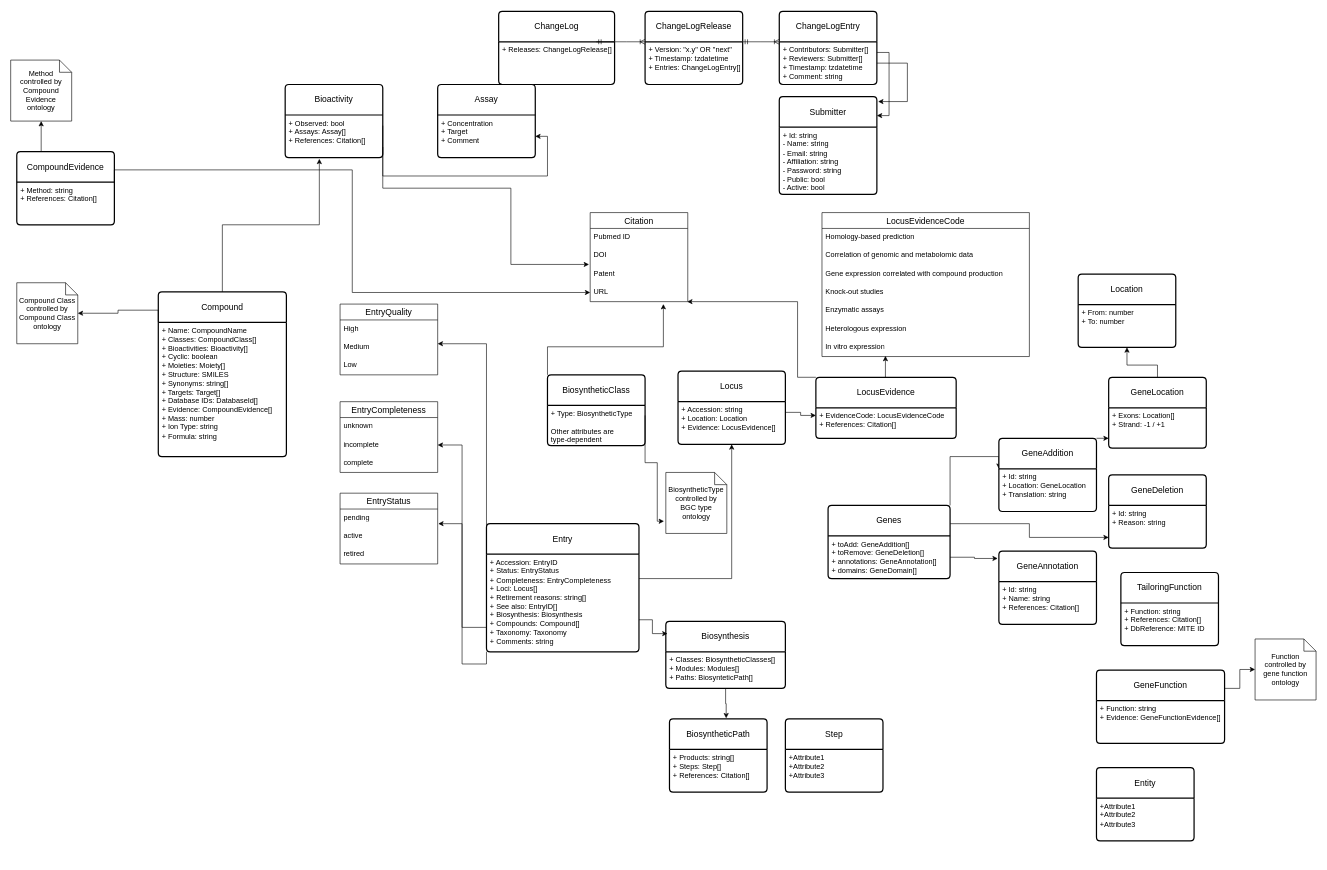
Before: mibig.drawio in mibig-secmet/schema, a draw.io diagram. Source tidied: cells renumbered, new cells numbered last; positions are measured from the earlier drawing's top-left corner, leaving out a move shared by most shapes. Both pictures are drawn from the tidied source at 61%, with x=0, y=0 at pixel (10, 11).
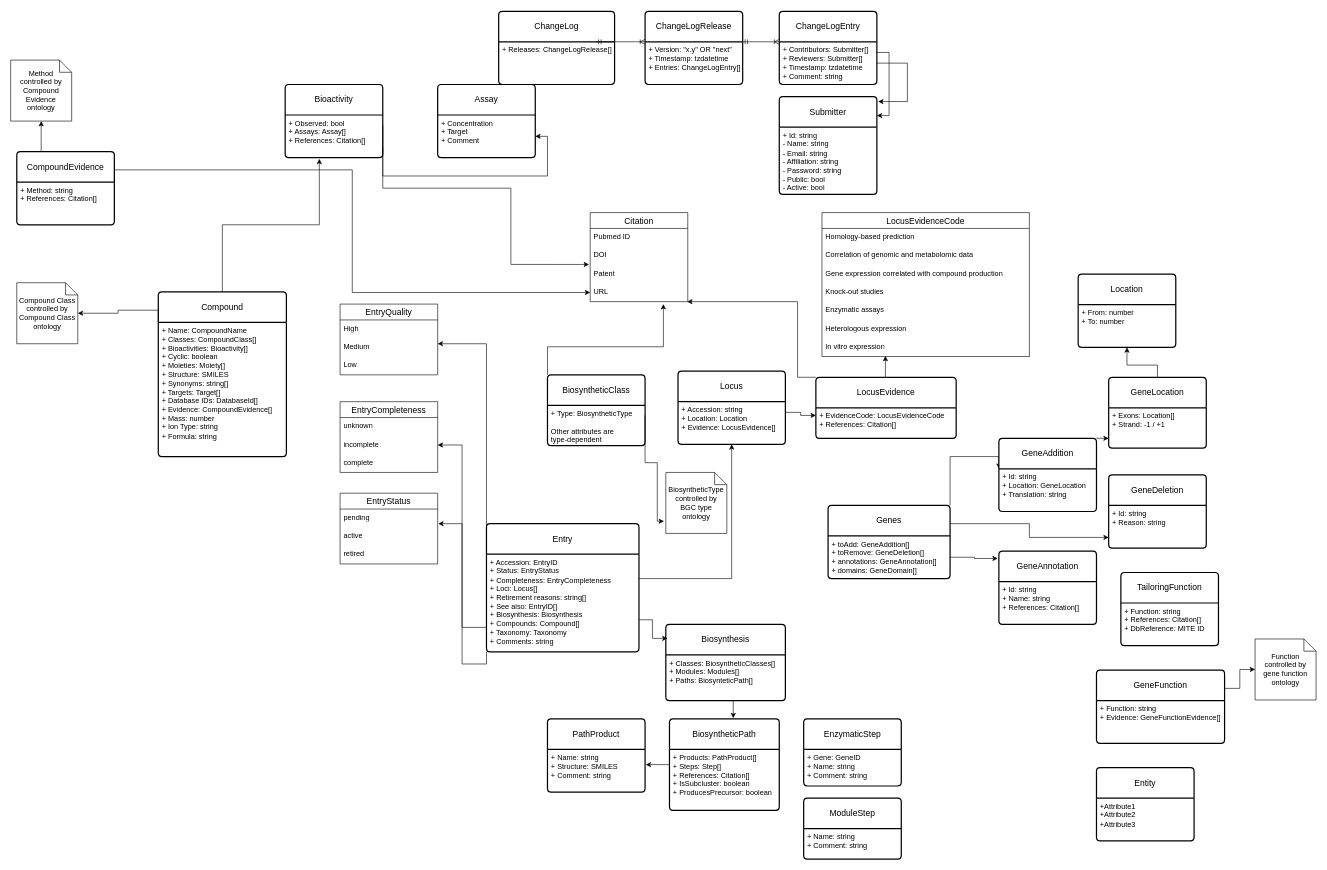
After the change.

Change to the diagram source:
```diff
@@
     <mxCell id="98" value="Biosynthesis" style="swimlane;horizontal=1;startSize=50;rounded=1;fontSize=14;fontStyle=0;strokeWidth=2;shadow=0;dashed=0;align=center;arcSize=4;whiteSpace=wrap;html=1;" parent="1" vertex="1">
-      <mxGeometry x="1074" y="1000" width="196" height="110" as="geometry" />
+      <mxGeometry x="1074" y="1005" width="196" height="125" as="geometry" />
     </mxCell>
     <mxCell id="99" value="+ Classes: BiosyntheticClasses[]&lt;br&gt;+ Modules: Modules[]&lt;br&gt;+ Paths: BiosynteticPath[]" style="align=left;strokeColor=none;fillColor=none;spacingLeft=4;fontSize=12;verticalAlign=top;html=1;" parent="98" vertex="1">
-      <mxGeometry y="50" width="196" height="60" as="geometry" />
+      <mxGeometry y="50" width="196" height="75" as="geometry" />
     </mxCell>
@@
     <mxCell id="101" value="BiosyntheticPath" style="swimlane;horizontal=1;startSize=50;rounded=1;fontSize=14;fontStyle=0;strokeWidth=2;shadow=0;dashed=0;align=center;arcSize=4;whiteSpace=wrap;html=1;" parent="1" vertex="1">
-      <mxGeometry x="1080" y="1160" width="160" height="120" as="geometry" />
+      <mxGeometry x="1080" y="1160" width="180" height="150" as="geometry" />
     </mxCell>
-    <mxCell id="102" value="+ Products: string[]&lt;br&gt;+ Steps: Step[]&lt;br&gt;+ References: Citation[]" style="align=left;strokeColor=none;fillColor=none;spacingLeft=4;fontSize=12;verticalAlign=top;html=1;" parent="101" vertex="1">
-      <mxGeometry y="50" width="160" height="70" as="geometry" />
+    <mxCell id="102" value="+ Products: PathProduct[]&lt;br&gt;+ Steps: Step[]&lt;br&gt;+ References: Citation[]&lt;br&gt;+ IsSubcluster: boolean&lt;br&gt;+ ProducesPrecursor: boolean" style="align=left;strokeColor=none;fillColor=none;spacingLeft=4;fontSize=12;verticalAlign=top;html=1;" parent="101" vertex="1">
+      <mxGeometry y="50" width="180" height="100" as="geometry" />
     </mxCell>
@@
-    <mxCell id="104" value="Step" style="swimlane;horizontal=1;startSize=50;rounded=1;fontSize=14;fontStyle=0;strokeWidth=2;shadow=0;dashed=0;align=center;arcSize=4;whiteSpace=wrap;html=1;" parent="1" vertex="1">
-      <mxGeometry x="1270" y="1160" width="160" height="120" as="geometry" />
+    <mxCell id="104" value="EnzymaticStep" style="swimlane;horizontal=1;startSize=50;rounded=1;fontSize=14;fontStyle=0;strokeWidth=2;shadow=0;dashed=0;align=center;arcSize=4;whiteSpace=wrap;html=1;" parent="1" vertex="1">
+      <mxGeometry x="1300" y="1160" width="160" height="110" as="geometry" />
     </mxCell>
-    <mxCell id="105" value="+Attribute1&#10;+Attribute2&#10;+Attribute3" style="align=left;strokeColor=none;fillColor=none;spacingLeft=4;fontSize=12;verticalAlign=top;html=1;" parent="104" vertex="1">
-      <mxGeometry y="50" width="160" height="70" as="geometry" />
+    <mxCell id="105" value="+ Gene: GeneID&lt;br&gt;+ Name: string&lt;br&gt;+ Comment: string" style="align=left;strokeColor=none;fillColor=none;spacingLeft=4;fontSize=12;verticalAlign=top;html=1;" parent="104" vertex="1">
+      <mxGeometry y="50" width="160" height="60" as="geometry" />
     </mxCell>
+    <mxCell id="106" style="edgeStyle=orthogonalEdgeStyle;rounded=0;orthogonalLoop=1;jettySize=auto;html=1;exitX=0.5;exitY=1;exitDx=0;exitDy=0;" parent="104" edge="1" source="105" target="105">
+      <mxGeometry relative="1" as="geometry" />
+    </mxCell>
+    <mxCell id="107" value="PathProduct" style="swimlane;horizontal=1;startSize=50;rounded=1;fontSize=14;fontStyle=0;strokeWidth=2;shadow=0;dashed=0;align=center;arcSize=4;whiteSpace=wrap;html=1;" parent="1" vertex="1">
+      <mxGeometry x="880" y="1160" width="160" height="120" as="geometry" />
+    </mxCell>
+    <mxCell id="108" value="+ Name: string&lt;br&gt;+ Structure: SMILES&lt;br&gt;+ Comment: string" style="align=left;strokeColor=none;fillColor=none;spacingLeft=4;fontSize=12;verticalAlign=top;html=1;" parent="107" vertex="1">
+      <mxGeometry y="50" width="160" height="70" as="geometry" />
+    </mxCell>
+    <mxCell id="109" style="edgeStyle=orthogonalEdgeStyle;rounded=0;jettySize=auto;html=1;exitX=0;exitY=0.25;exitDx=0;exitDy=0;entryX=1.007;entryY=0.346;entryDx=0;entryDy=0;entryPerimeter=0;" parent="1" edge="1" source="102" target="108">
+      <mxGeometry relative="1" as="geometry" />
+    </mxCell>
+    <mxCell id="110" value="ModuleStep" style="swimlane;horizontal=1;startSize=50;rounded=1;fontSize=14;fontStyle=0;strokeWidth=2;shadow=0;dashed=0;align=center;arcSize=4;whiteSpace=wrap;html=1;" parent="1" vertex="1">
+      <mxGeometry x="1300" y="1290" width="160" height="100" as="geometry" />
+    </mxCell>
+    <mxCell id="111" value="+ Name: string&lt;br&gt;+ Comment: string" style="align=left;strokeColor=none;fillColor=none;spacingLeft=4;fontSize=12;verticalAlign=top;html=1;" parent="110" vertex="1">
+      <mxGeometry y="50" width="160" height="50" as="geometry" />
+    </mxCell>
```
